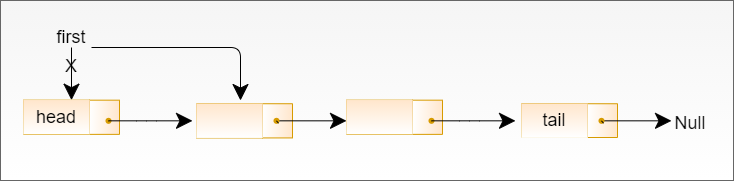
xlcoding/ImageHost keeps this draw.io diagram as imgs/漫谈链表4.png. Above is the earlier version. Source tidied: cells renumbered, new cells last; positions are measured from the earlier drawing's top-left corner, leaving out a move shared by most shapes.
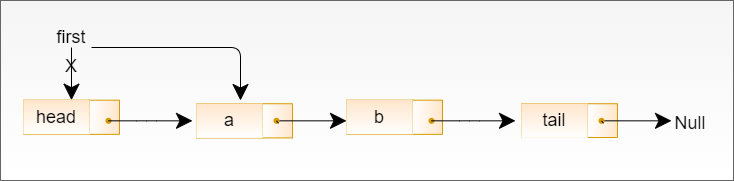
The same diagram one commit later.

Commit message:
更新漫谈链表4.png

Change to the diagram source:
```diff
@@ -37,7 +37,7 @@
     <mxCell id="11" style="shape=partialRectangle;html=1;whiteSpace=wrap;fillColor=#ffe6cc;top=0;left=0;bottom=0;right=0;flipV=0;flipH=0;strokeColor=#d79b00;gradientColor=#ffffff;" parent="10" vertex="1">
       <mxGeometry width="66" height="34" as="geometry" />
     </mxCell>
-    <mxCell id="12" style="shape=partialRectangle;html=1;whiteSpace=wrap;fillColor=#ffe6cc;top=0;left=0;bottom=0;right=0;overflow=hidden;flipV=0;flipH=0;strokeColor=#d79b00;gradientColor=#ffffff;" parent="11" vertex="1">
+    <mxCell id="12" value="&lt;font style=&quot;font-size: 18px&quot;&gt;a&lt;/font&gt;" style="shape=partialRectangle;html=1;whiteSpace=wrap;fillColor=#ffe6cc;top=0;left=0;bottom=0;right=0;overflow=hidden;flipV=0;flipH=0;strokeColor=#d79b00;gradientColor=#ffffff;" parent="11" vertex="1">
       <mxGeometry width="66" height="34" as="geometry" />
     </mxCell>
     <mxCell id="13" style="endArrow=classic;html=1;startSize=14;endSize=14;targetPerimeterSpacing=8;startArrow=none;" parent="1" edge="1" source="14">
@@ -59,7 +59,7 @@
     <mxCell id="17" style="shape=partialRectangle;html=1;whiteSpace=wrap;fillColor=#ffe6cc;top=0;left=0;bottom=0;right=0;flipV=0;flipH=0;strokeColor=#d79b00;gradientColor=#ffffff;" parent="16" vertex="1">
       <mxGeometry width="66" height="34" as="geometry" />
     </mxCell>
-    <mxCell id="18" style="shape=partialRectangle;html=1;whiteSpace=wrap;fillColor=#ffe6cc;top=0;left=0;bottom=0;right=0;overflow=hidden;flipV=0;flipH=0;strokeColor=#d79b00;gradientColor=#ffffff;" parent="17" vertex="1">
+    <mxCell id="18" value="&lt;font style=&quot;font-size: 18px&quot;&gt;b&lt;/font&gt;" style="shape=partialRectangle;html=1;whiteSpace=wrap;fillColor=#ffe6cc;top=0;left=0;bottom=0;right=0;overflow=hidden;flipV=0;flipH=0;strokeColor=#d79b00;gradientColor=#ffffff;" parent="17" vertex="1">
       <mxGeometry width="66" height="34" as="geometry" />
     </mxCell>
     <mxCell id="19" style="shape=waypoint;sketch=0;fillStyle=solid;size=6;points=[];fillColor=#ffe6cc;perimeter=centerPerimeter;snapToPoint=1;hachureGap=4;strokeColor=#d79b00;gradientColor=#ffffff;" parent="1" vertex="1">
```
